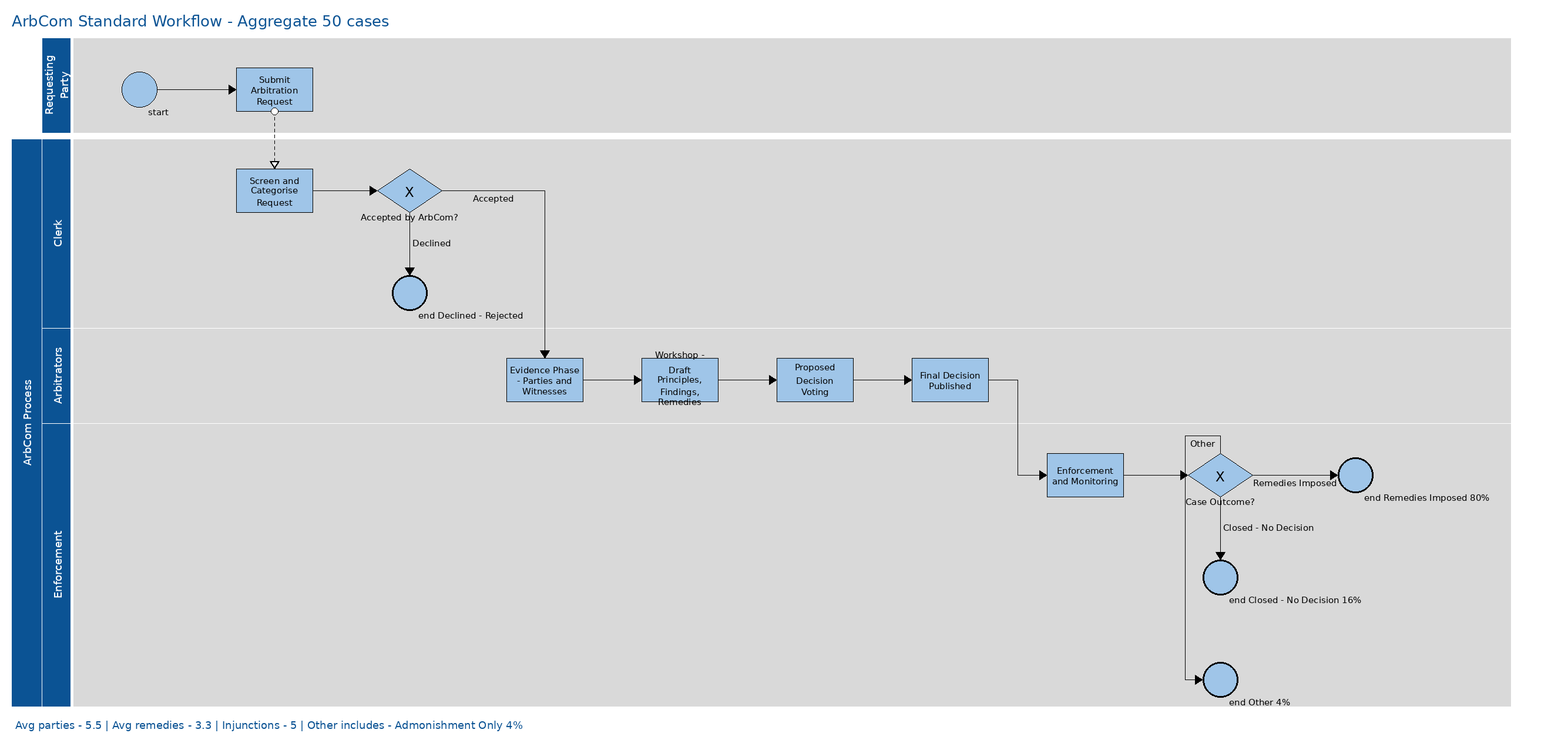
The BPMN diagram artifacts/bpmn/arb/arb_aggregate_workflow.png in rah-ds/Wikipedia_Dispute_Models, before a commit. Its source is kept beside it as artifacts/bpmn/arb/arb_aggregate_workflow.bpmn. Ids are renumbered.
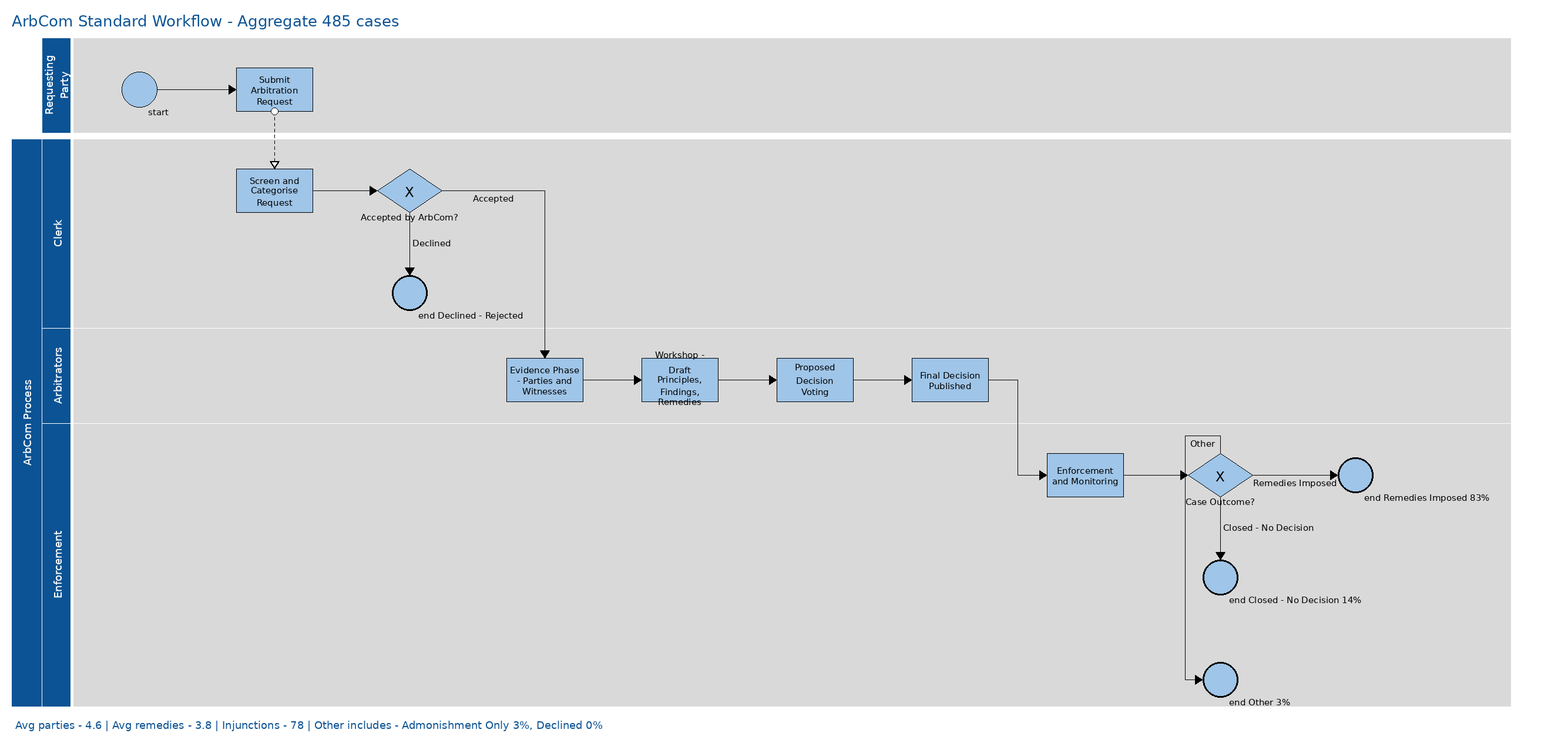
The same diagram one commit later.

What changed in the source:
```diff
@@ -1,143 +1,247 @@
-<definitions xmlns="http://www.omg.org/spec/BPMN/20100524/MODEL"
-             xmlns:xsi="http://www.w3.org/2001/XMLSchema-instance"
-             xmlns:bpmndi="http://www.omg.org/spec/BPMN/20100524/DI"
-             xmlns:dc="http://www.omg.org/spec/DD/20100524/DC"
-             xmlns:di="http://www.omg.org/spec/DD/20100524/DI"
-             targetNamespace="http://bpmn.io/schema/bpmn"
-             id="Definitions_e05051b8">
-  <process id="Process_e61eac90" name="ArbCom Standard Workflow (Aggregate)" isExecutable="false">
-    <startEvent id="StartEvent_b18b07fc" name="Request Filed"/>
-    <userTask id="Task_ab2b8a9f" name="Submit Arbitration
-Request"/>
-    <serviceTask id="Task_f3eb5d7e" name="Screen and
-Categorise"/>
-    <exclusiveGateway id="Gateway_45dc39f3" name="Accepted by
-ArbCom?" gatewayDirection="Diverging"/>
-    <endEvent id="EndEvent_03d8d118" name="Declined / Rejected"/>
-    <userTask id="Task_56383423" name="Evidence Phase"/>
-    <userTask id="Task_66d3549a" name="Workshop
-(Draft Decision)"/>
-    <userTask id="Task_dac732dd" name="Proposed Decision
-Voting"/>
-    <serviceTask id="Task_ae484668" name="Final Decision
-Published"/>
-    <userTask id="Task_e7e36e07" name="Enforcement &amp;
-Monitoring"/>
-    <exclusiveGateway id="Gateway_c474c136" name="Case Outcome?" gatewayDirection="Diverging"/>
-    <endEvent id="EndEvent_668ca650" name="Remedies Imposed (80%)"/>
-    <endEvent id="EndEvent_bdf59025" name="Closed - No Decision (16%)"/>
-    <endEvent id="EndEvent_7ca08d2c" name="Other (4%): Admonishment Only 4%"/>
-    <sequenceFlow id="Flow_139a2828" sourceRef="StartEvent_b18b07fc" targetRef="Task_ab2b8a9f"/>
-    <sequenceFlow id="Flow_e82f9966" sourceRef="Task_ab2b8a9f" targetRef="Task_f3eb5d7e"/>
-    <sequenceFlow id="Flow_b9f64fc1" sourceRef="Task_f3eb5d7e" targetRef="Gateway_45dc39f3"/>
-    <sequenceFlow id="Flow_6f8046b0" sourceRef="Gateway_45dc39f3" targetRef="EndEvent_03d8d118" name="No - Declined"/>
-    <sequenceFlow id="Flow_fc427117" sourceRef="Gateway_45dc39f3" targetRef="Task_56383423" name="Yes - Accepted"/>
-    <sequenceFlow id="Flow_525673b3" sourceRef="Task_56383423" targetRef="Task_66d3549a"/>
-    <sequenceFlow id="Flow_c782cac2" sourceRef="Task_66d3549a" targetRef="Task_dac732dd"/>
-    <sequenceFlow id="Flow_670de4b4" sourceRef="Task_dac732dd" targetRef="Task_ae484668"/>
-    <sequenceFlow id="Flow_4bd062d4" sourceRef="Task_ae484668" targetRef="Task_e7e36e07"/>
-    <sequenceFlow id="Flow_c9216c59" sourceRef="Task_e7e36e07" targetRef="Gateway_c474c136"/>
-    <sequenceFlow id="Flow_0289b033" sourceRef="Gateway_c474c136" targetRef="EndEvent_668ca650" name="Remedies Imposed"/>
-    <sequenceFlow id="Flow_378bb7b8" sourceRef="Gateway_c474c136" targetRef="EndEvent_bdf59025" name="Closed - No Decision"/>
-    <sequenceFlow id="Flow_095acb11" sourceRef="Gateway_c474c136" targetRef="EndEvent_7ca08d2c" name="Other"/>
-  </process>
-  <bpmndi:BPMNDiagram id="BPMNDiagram_1">
-    <bpmndi:BPMNPlane id="BPMNPlane_1" bpmnElement="Process_e61eac90">
-    <bpmndi:BPMNShape id="StartEvent_b18b07fc_di" bpmnElement="StartEvent_b18b07fc">
-      <dc:Bounds x="80" y="200" width="36" height="36"/>
-      <bpmndi:BPMNLabel/>
-    </bpmndi:BPMNShape>
-    <bpmndi:BPMNShape id="Task_ab2b8a9f_di" bpmnElement="Task_ab2b8a9f">
-      <dc:Bounds x="260" y="170" width="120" height="60"/>
-      <bpmndi:BPMNLabel/>
-    </bpmndi:BPMNShape>
-    <bpmndi:BPMNShape id="Task_f3eb5d7e_di" bpmnElement="Task_f3eb5d7e">
-      <dc:Bounds x="440" y="170" width="120" height="60"/>
-      <bpmndi:BPMNLabel/>
-    </bpmndi:BPMNShape>
-    <bpmndi:BPMNShape id="Gateway_45dc39f3_di" bpmnElement="Gateway_45dc39f3">
-      <dc:Bounds x="620" y="175" width="50" height="50"/>
-      <bpmndi:BPMNLabel/>
-    </bpmndi:BPMNShape>
-    <bpmndi:BPMNShape id="EndEvent_03d8d118_di" bpmnElement="EndEvent_03d8d118">
-      <dc:Bounds x="800" y="40" width="36" height="36"/>
-      <bpmndi:BPMNLabel/>
-    </bpmndi:BPMNShape>
-    <bpmndi:BPMNShape id="Task_56383423_di" bpmnElement="Task_56383423">
-      <dc:Bounds x="800" y="170" width="120" height="60"/>
-      <bpmndi:BPMNLabel/>
-    </bpmndi:BPMNShape>
-    <bpmndi:BPMNShape id="Task_66d3549a_di" bpmnElement="Task_66d3549a">
-      <dc:Bounds x="980" y="170" width="120" height="60"/>
-      <bpmndi:BPMNLabel/>
-    </bpmndi:BPMNShape>
-    <bpmndi:BPMNShape id="Task_dac732dd_di" bpmnElement="Task_dac732dd">
-      <dc:Bounds x="1160" y="170" width="120" height="60"/>
-      <bpmndi:BPMNLabel/>
-    </bpmndi:BPMNShape>
-    <bpmndi:BPMNShape id="Task_ae484668_di" bpmnElement="Task_ae484668">
-      <dc:Bounds x="1340" y="170" width="120" height="60"/>
-      <bpmndi:BPMNLabel/>
-    </bpmndi:BPMNShape>
-    <bpmndi:BPMNShape id="Task_e7e36e07_di" bpmnElement="Task_e7e36e07">
-      <dc:Bounds x="1520" y="170" width="120" height="60"/>
-      <bpmndi:BPMNLabel/>
-    </bpmndi:BPMNShape>
-    <bpmndi:BPMNShape id="Gateway_c474c136_di" bpmnElement="Gateway_c474c136">
-      <dc:Bounds x="1700" y="175" width="50" height="50"/>
-      <bpmndi:BPMNLabel/>
-    </bpmndi:BPMNShape>
-    <bpmndi:BPMNShape id="EndEvent_668ca650_di" bpmnElement="EndEvent_668ca650">
-      <dc:Bounds x="1880" y="200" width="36" height="36"/>
-      <bpmndi:BPMNLabel/>
-    </bpmndi:BPMNShape>
-    <bpmndi:BPMNShape id="EndEvent_bdf59025_di" bpmnElement="EndEvent_bdf59025">
-      <dc:Bounds x="1880" y="300" width="36" height="36"/>
-      <bpmndi:BPMNLabel/>
-    </bpmndi:BPMNShape>
-    <bpmndi:BPMNShape id="EndEvent_7ca08d2c_di" bpmnElement="EndEvent_7ca08d2c">
-      <dc:Bounds x="1880" y="400" width="36" height="36"/>
-      <bpmndi:BPMNLabel/>
-    </bpmndi:BPMNShape>
-    <bpmndi:BPMNEdge id="Flow_139a2828_di" bpmnElement="Flow_139a2828">
-      <bpmndi:BPMNLabel/>
-    </bpmndi:BPMNEdge>
-    <bpmndi:BPMNEdge id="Flow_e82f9966_di" bpmnElement="Flow_e82f9966">
-      <bpmndi:BPMNLabel/>
-    </bpmndi:BPMNEdge>
-    <bpmndi:BPMNEdge id="Flow_b9f64fc1_di" bpmnElement="Flow_b9f64fc1">
-      <bpmndi:BPMNLabel/>
-    </bpmndi:BPMNEdge>
-    <bpmndi:BPMNEdge id="Flow_6f8046b0_di" bpmnElement="Flow_6f8046b0">
-      <bpmndi:BPMNLabel/>
-    </bpmndi:BPMNEdge>
-    <bpmndi:BPMNEdge id="Flow_fc427117_di" bpmnElement="Flow_fc427117">
-      <bpmndi:BPMNLabel/>
-    </bpmndi:BPMNEdge>
-    <bpmndi:BPMNEdge id="Flow_525673b3_di" bpmnElement="Flow_525673b3">
-      <bpmndi:BPMNLabel/>
-    </bpmndi:BPMNEdge>
-    <bpmndi:BPMNEdge id="Flow_c782cac2_di" bpmnElement="Flow_c782cac2">
-      <bpmndi:BPMNLabel/>
-    </bpmndi:BPMNEdge>
-    <bpmndi:BPMNEdge id="Flow_670de4b4_di" bpmnElement="Flow_670de4b4">
-      <bpmndi:BPMNLabel/>
-    </bpmndi:BPMNEdge>
-    <bpmndi:BPMNEdge id="Flow_4bd062d4_di" bpmnElement="Flow_4bd062d4">
-      <bpmndi:BPMNLabel/>
-    </bpmndi:BPMNEdge>
-    <bpmndi:BPMNEdge id="Flow_c9216c59_di" bpmnElement="Flow_c9216c59">
-      <bpmndi:BPMNLabel/>
-    </bpmndi:BPMNEdge>
-    <bpmndi:BPMNEdge id="Flow_0289b033_di" bpmnElement="Flow_0289b033">
-      <bpmndi:BPMNLabel/>
-    </bpmndi:BPMNEdge>
-    <bpmndi:BPMNEdge id="Flow_378bb7b8_di" bpmnElement="Flow_378bb7b8">
-      <bpmndi:BPMNLabel/>
-    </bpmndi:BPMNEdge>
-    <bpmndi:BPMNEdge id="Flow_095acb11_di" bpmnElement="Flow_095acb11">
-      <bpmndi:BPMNLabel/>
-    </bpmndi:BPMNEdge>
+<bpmn:definitions xmlns:bpmn="http://www.omg.org/spec/BPMN/20100524/MODEL" xmlns:bpmndi="http://www.omg.org/spec/BPMN/20100524/DI" xmlns:dc="http://www.omg.org/spec/DD/20100524/DC" xmlns:di="http://www.omg.org/spec/DD/20100524/DI" id="Defs_cd75253b" targetNamespace="http://bpmn.io/schema/bpmn" exporter="ARB-BPMN-Generator" exporterVersion="2.0">
+  <bpmn:collaboration id="Collab_085bcb4f">
+    <bpmn:participant id="Participant_f7de4c75" name="ArbCom Standard Workflow (Aggregate)" processRef="Process_50d131b5"/>
+  </bpmn:collaboration>
+  <bpmn:process id="Process_50d131b5" isExecutable="false">
+    <bpmn:laneSet id="LS_f636911c">
+      <bpmn:lane id="Lane_564b676d" name="Requesting Party">
+        <bpmn:flowNodeRef>startE_0f84e310</bpmn:flowNodeRef>
+        <bpmn:flowNodeRef>userTa_0ee03eb3</bpmn:flowNodeRef>
+      </bpmn:lane>
+      <bpmn:lane id="Lane_9dcc1864" name="Clerk">
+        <bpmn:flowNodeRef>task_51b28e9d</bpmn:flowNodeRef>
+        <bpmn:flowNodeRef>exclus_2e8b8144</bpmn:flowNodeRef>
+        <bpmn:flowNodeRef>endEve_1e1e8bee</bpmn:flowNodeRef>
+      </bpmn:lane>
+      <bpmn:lane id="Lane_aec784cb" name="Arbitrators">
+        <bpmn:flowNodeRef>userTa_e1deb2d5</bpmn:flowNodeRef>
+        <bpmn:flowNodeRef>userTa_ac19f872</bpmn:flowNodeRef>
+        <bpmn:flowNodeRef>userTa_3faca8cf</bpmn:flowNodeRef>
+        <bpmn:flowNodeRef>task_3e18e1f7</bpmn:flowNodeRef>
+      </bpmn:lane>
+      <bpmn:lane id="Lane_35832b90" name="Enforcement">
+        <bpmn:flowNodeRef>userTa_fa0b1892</bpmn:flowNodeRef>
+        <bpmn:flowNodeRef>exclus_4d358c9d</bpmn:flowNodeRef>
+        <bpmn:flowNodeRef>endEve_8d8672a3</bpmn:flowNodeRef>
+        <bpmn:flowNodeRef>endEve_b92254e1</bpmn:flowNodeRef>
+        <bpmn:flowNodeRef>endEve_ab16530c</bpmn:flowNodeRef>
+      </bpmn:lane>
+    </bpmn:laneSet>
+    <bpmn:startEvent id="startE_0f84e310" name="Request Filed">
+      <bpmn:outgoing>Flow_fa0ed4db</bpmn:outgoing>
+    </bpmn:startEvent>
+    <bpmn:userTask id="userTa_0ee03eb3" name="Submit Arbitration Request">
+      <bpmn:incoming>Flow_fa0ed4db</bpmn:incoming>
+      <bpmn:outgoing>Flow_aaab310d</bpmn:outgoing>
+    </bpmn:userTask>
+    <bpmn:task id="task_51b28e9d" name="Screen and Categorise">
+      <bpmn:incoming>Flow_aaab310d</bpmn:incoming>
+      <bpmn:outgoing>Flow_16f4564d</bpmn:outgoing>
+    </bpmn:task>
+    <bpmn:exclusiveGateway id="exclus_2e8b8144" name="Accepted by ArbCom?">
+      <bpmn:incoming>Flow_16f4564d</bpmn:incoming>
+      <bpmn:outgoing>Flow_9e7202e2</bpmn:outgoing>
+      <bpmn:outgoing>Flow_5e796a05</bpmn:outgoing>
+    </bpmn:exclusiveGateway>
+    <bpmn:endEvent id="endEve_1e1e8bee" name="Declined / Rejected">
+      <bpmn:incoming>Flow_9e7202e2</bpmn:incoming>
+    </bpmn:endEvent>
+    <bpmn:userTask id="userTa_e1deb2d5" name="Evidence Phase">
+      <bpmn:incoming>Flow_5e796a05</bpmn:incoming>
+      <bpmn:outgoing>Flow_060398ef</bpmn:outgoing>
+    </bpmn:userTask>
+    <bpmn:userTask id="userTa_ac19f872" name="Workshop (Draft Decision)">
+      <bpmn:incoming>Flow_060398ef</bpmn:incoming>
+      <bpmn:outgoing>Flow_5080d375</bpmn:outgoing>
+    </bpmn:userTask>
+    <bpmn:userTask id="userTa_3faca8cf" name="Proposed Decision Voting">
+      <bpmn:incoming>Flow_5080d375</bpmn:incoming>
+      <bpmn:outgoing>Flow_c6e0dff4</bpmn:outgoing>
+    </bpmn:userTask>
+    <bpmn:task id="task_3e18e1f7" name="Final Decision Published">
+      <bpmn:incoming>Flow_c6e0dff4</bpmn:incoming>
+      <bpmn:outgoing>Flow_2cf5d0fa</bpmn:outgoing>
+    </bpmn:task>
+    <bpmn:userTask id="userTa_fa0b1892" name="Enforcement &amp; Monitoring">
+      <bpmn:incoming>Flow_2cf5d0fa</bpmn:incoming>
+      <bpmn:outgoing>Flow_d937d496</bpmn:outgoing>
+    </bpmn:userTask>
+    <bpmn:exclusiveGateway id="exclus_4d358c9d" name="Case Outcome?">
+      <bpmn:incoming>Flow_d937d496</bpmn:incoming>
+      <bpmn:outgoing>Flow_4d782eb4</bpmn:outgoing>
+      <bpmn:outgoing>Flow_4c9f73e9</bpmn:outgoing>
+      <bpmn:outgoing>Flow_6e5b50d2</bpmn:outgoing>
+    </bpmn:exclusiveGateway>
+    <bpmn:endEvent id="endEve_8d8672a3" name="Remedies Imposed (83%)">
+      <bpmn:incoming>Flow_4d782eb4</bpmn:incoming>
+    </bpmn:endEvent>
+    <bpmn:endEvent id="endEve_b92254e1" name="Closed - No Decision (14%)">
+      <bpmn:incoming>Flow_4c9f73e9</bpmn:incoming>
+    </bpmn:endEvent>
+    <bpmn:endEvent id="endEve_ab16530c" name="Other (3%): Admonishment Only 3%, Declined 0%">
+      <bpmn:incoming>Flow_6e5b50d2</bpmn:incoming>
+    </bpmn:endEvent>
+    <bpmn:sequenceFlow id="Flow_fa0ed4db" sourceRef="startE_0f84e310" targetRef="userTa_0ee03eb3"/>
+    <bpmn:sequenceFlow id="Flow_aaab310d" sourceRef="userTa_0ee03eb3" targetRef="task_51b28e9d"/>
+    <bpmn:sequenceFlow id="Flow_16f4564d" sourceRef="task_51b28e9d" targetRef="exclus_2e8b8144"/>
+    <bpmn:sequenceFlow id="Flow_9e7202e2" sourceRef="exclus_2e8b8144" targetRef="endEve_1e1e8bee" name="No - Declined"/>
+    <bpmn:sequenceFlow id="Flow_5e796a05" sourceRef="exclus_2e8b8144" targetRef="userTa_e1deb2d5" name="Yes - Accepted"/>
+    <bpmn:sequenceFlow id="Flow_060398ef" sourceRef="userTa_e1deb2d5" targetRef="userTa_ac19f872"/>
+    <bpmn:sequenceFlow id="Flow_5080d375" sourceRef="userTa_ac19f872" targetRef="userTa_3faca8cf"/>
+    <bpmn:sequenceFlow id="Flow_c6e0dff4" sourceRef="userTa_3faca8cf" targetRef="task_3e18e1f7"/>
+    <bpmn:sequenceFlow id="Flow_2cf5d0fa" sourceRef="task_3e18e1f7" targetRef="userTa_fa0b1892"/>
+    <bpmn:sequenceFlow id="Flow_d937d496" sourceRef="userTa_fa0b1892" targetRef="exclus_4d358c9d"/>
+    <bpmn:sequenceFlow id="Flow_4d782eb4" sourceRef="exclus_4d358c9d" targetRef="endEve_8d8672a3" name="Remedies Imposed"/>
+    <bpmn:sequenceFlow id="Flow_4c9f73e9" sourceRef="exclus_4d358c9d" targetRef="endEve_b92254e1" name="Closed - No Decision"/>
+    <bpmn:sequenceFlow id="Flow_6e5b50d2" sourceRef="exclus_4d358c9d" targetRef="endEve_ab16530c" name="Other"/>
+  </bpmn:process>
+  <bpmndi:BPMNDiagram id="Diag_5cb6230c">
+    <bpmndi:BPMNPlane id="Plane_20ae96d0" bpmnElement="Collab_085bcb4f">
+      <bpmndi:BPMNShape id="Participant_f7de4c75_di" bpmnElement="Participant_f7de4c75" isHorizontal="true">
+        <dc:Bounds x="100" y="80" width="2430" height="640"/>
+      </bpmndi:BPMNShape>
+      <bpmndi:BPMNShape id="Lane_564b676d_di" bpmnElement="Lane_564b676d" isHorizontal="true">
+        <dc:Bounds x="130" y="80" width="2400" height="160"/>
+      </bpmndi:BPMNShape>
+      <bpmndi:BPMNShape id="Lane_9dcc1864_di" bpmnElement="Lane_9dcc1864" isHorizontal="true">
+        <dc:Bounds x="130" y="240" width="2400" height="160"/>
+      </bpmndi:BPMNShape>
+      <bpmndi:BPMNShape id="Lane_aec784cb_di" bpmnElement="Lane_aec784cb" isHorizontal="true">
+        <dc:Bounds x="130" y="400" width="2400" height="160"/>
+      </bpmndi:BPMNShape>
+      <bpmndi:BPMNShape id="Lane_35832b90_di" bpmnElement="Lane_35832b90" isHorizontal="true">
+        <dc:Bounds x="130" y="560" width="2400" height="160"/>
+      </bpmndi:BPMNShape>
+      <bpmndi:BPMNShape id="startE_0f84e310_di" bpmnElement="startE_0f84e310">
+        <dc:Bounds x="210" y="142" width="36" height="36"/>
+        <bpmndi:BPMNLabel>
+          <dc:Bounds x="200" y="182" width="56" height="40"/>
+        </bpmndi:BPMNLabel>
+      </bpmndi:BPMNShape>
+      <bpmndi:BPMNShape id="userTa_0ee03eb3_di" bpmnElement="userTa_0ee03eb3">
+        <dc:Bounds x="370" y="130" width="130" height="60"/>
+      </bpmndi:BPMNShape>
+      <bpmndi:BPMNShape id="task_51b28e9d_di" bpmnElement="task_51b28e9d">
+        <dc:Bounds x="530" y="290" width="130" height="60"/>
+      </bpmndi:BPMNShape>
+      <bpmndi:BPMNShape id="exclus_2e8b8144_di" bpmnElement="exclus_2e8b8144">
+        <dc:Bounds x="690" y="295" width="50" height="50"/>
+        <bpmndi:BPMNLabel>
+          <dc:Bounds x="680" y="349" width="70" height="40"/>
+        </bpmndi:BPMNLabel>
+      </bpmndi:BPMNShape>
+      <bpmndi:BPMNShape id="endEve_1e1e8bee_di" bpmnElement="endEve_1e1e8bee">
+        <dc:Bounds x="850" y="302" width="36" height="36"/>
+        <bpmndi:BPMNLabel>
+          <dc:Bounds x="840" y="342" width="56" height="40"/>
+        </bpmndi:BPMNLabel>
+      </bpmndi:BPMNShape>
+      <bpmndi:BPMNShape id="userTa_e1deb2d5_di" bpmnElement="userTa_e1deb2d5">
+        <dc:Bounds x="1010" y="450" width="130" height="60"/>
+      </bpmndi:BPMNShape>
+      <bpmndi:BPMNShape id="userTa_ac19f872_di" bpmnElement="userTa_ac19f872">
+        <dc:Bounds x="1170" y="450" width="130" height="60"/>
+      </bpmndi:BPMNShape>
+      <bpmndi:BPMNShape id="userTa_3faca8cf_di" bpmnElement="userTa_3faca8cf">
+        <dc:Bounds x="1330" y="450" width="130" height="60"/>
+      </bpmndi:BPMNShape>
+      <bpmndi:BPMNShape id="task_3e18e1f7_di" bpmnElement="task_3e18e1f7">
+        <dc:Bounds x="1490" y="450" width="130" height="60"/>
+      </bpmndi:BPMNShape>
+      <bpmndi:BPMNShape id="userTa_fa0b1892_di" bpmnElement="userTa_fa0b1892">
+        <dc:Bounds x="1650" y="610" width="130" height="60"/>
+      </bpmndi:BPMNShape>
+      <bpmndi:BPMNShape id="exclus_4d358c9d_di" bpmnElement="exclus_4d358c9d">
+        <dc:Bounds x="1810" y="615" width="50" height="50"/>
+        <bpmndi:BPMNLabel>
+          <dc:Bounds x="1800" y="669" width="70" height="40"/>
+        </bpmndi:BPMNLabel>
+      </bpmndi:BPMNShape>
+      <bpmndi:BPMNShape id="endEve_8d8672a3_di" bpmnElement="endEve_8d8672a3">
+        <dc:Bounds x="1970" y="622" width="36" height="36"/>
+        <bpmndi:BPMNLabel>
+          <dc:Bounds x="1960" y="662" width="56" height="40"/>
+        </bpmndi:BPMNLabel>
+      </bpmndi:BPMNShape>
+      <bpmndi:BPMNShape id="endEve_b92254e1_di" bpmnElement="endEve_b92254e1">
+        <dc:Bounds x="2130" y="622" width="36" height="36"/>
+        <bpmndi:BPMNLabel>
+          <dc:Bounds x="2120" y="662" width="56" height="40"/>
+        </bpmndi:BPMNLabel>
+      </bpmndi:BPMNShape>
+      <bpmndi:BPMNShape id="endEve_ab16530c_di" bpmnElement="endEve_ab16530c">
+        <dc:Bounds x="2290" y="622" width="36" height="36"/>
+        <bpmndi:BPMNLabel>
+          <dc:Bounds x="2280" y="662" width="56" height="40"/>
+        </bpmndi:BPMNLabel>
+      </bpmndi:BPMNShape>
+      <bpmndi:BPMNEdge id="Flow_fa0ed4db_di" bpmnElement="Flow_fa0ed4db">
+        <di:waypoint x="246" y="160"/>
+        <di:waypoint x="370" y="160"/>
+      </bpmndi:BPMNEdge>
+      <bpmndi:BPMNEdge id="Flow_aaab310d_di" bpmnElement="Flow_aaab310d">
+        <di:waypoint x="500" y="160"/>
+        <di:waypoint x="530" y="320"/>
+      </bpmndi:BPMNEdge>
+      <bpmndi:BPMNEdge id="Flow_16f4564d_di" bpmnElement="Flow_16f4564d">
+        <di:waypoint x="660" y="320"/>
+        <di:waypoint x="690" y="320"/>
+      </bpmndi:BPMNEdge>
+      <bpmndi:BPMNEdge id="Flow_9e7202e2_di" bpmnElement="Flow_9e7202e2">
+        <bpmndi:BPMNLabel>
+          <dc:Bounds x="771" y="310" width="60" height="20"/>
+        </bpmndi:BPMNLabel>
+        <di:waypoint x="740" y="320"/>
+        <di:waypoint x="850" y="320"/>
+      </bpmndi:BPMNEdge>
+      <bpmndi:BPMNEdge id="Flow_5e796a05_di" bpmnElement="Flow_5e796a05">
+        <bpmndi:BPMNLabel>
+          <dc:Bounds x="875" y="390" width="60" height="20"/>
+        </bpmndi:BPMNLabel>
+        <di:waypoint x="740" y="320"/>
+        <di:waypoint x="1010" y="480"/>
+      </bpmndi:BPMNEdge>
+      <bpmndi:BPMNEdge id="Flow_060398ef_di" bpmnElement="Flow_060398ef">
+        <di:waypoint x="1140" y="480"/>
+        <di:waypoint x="1170" y="480"/>
+      </bpmndi:BPMNEdge>
+      <bpmndi:BPMNEdge id="Flow_5080d375_di" bpmnElement="Flow_5080d375">
+        <di:waypoint x="1300" y="480"/>
+        <di:waypoint x="1330" y="480"/>
+      </bpmndi:BPMNEdge>
+      <bpmndi:BPMNEdge id="Flow_c6e0dff4_di" bpmnElement="Flow_c6e0dff4">
+        <di:waypoint x="1460" y="480"/>
+        <di:waypoint x="1490" y="480"/>
+      </bpmndi:BPMNEdge>
+      <bpmndi:BPMNEdge id="Flow_2cf5d0fa_di" bpmnElement="Flow_2cf5d0fa">
+        <di:waypoint x="1620" y="480"/>
+        <di:waypoint x="1650" y="640"/>
+      </bpmndi:BPMNEdge>
+      <bpmndi:BPMNEdge id="Flow_d937d496_di" bpmnElement="Flow_d937d496">
+        <di:waypoint x="1780" y="640"/>
+        <di:waypoint x="1810" y="640"/>
+      </bpmndi:BPMNEdge>
+      <bpmndi:BPMNEdge id="Flow_4d782eb4_di" bpmnElement="Flow_4d782eb4">
+        <bpmndi:BPMNLabel>
+          <dc:Bounds x="1891" y="630" width="60" height="20"/>
+        </bpmndi:BPMNLabel>
+        <di:waypoint x="1860" y="640"/>
+        <di:waypoint x="1970" y="640"/>
+      </bpmndi:BPMNEdge>
+      <bpmndi:BPMNEdge id="Flow_4c9f73e9_di" bpmnElement="Flow_4c9f73e9">
+        <bpmndi:BPMNLabel>
+          <dc:Bounds x="1971" y="630" width="60" height="20"/>
+        </bpmndi:BPMNLabel>
+        <di:waypoint x="1860" y="640"/>
+        <di:waypoint x="2130" y="640"/>
+      </bpmndi:BPMNEdge>
+      <bpmndi:BPMNEdge id="Flow_6e5b50d2_di" bpmnElement="Flow_6e5b50d2">
+        <bpmndi:BPMNLabel>
+          <dc:Bounds x="2051" y="630" width="60" height="20"/>
+        </bpmndi:BPMNLabel>
+        <di:waypoint x="1860" y="640"/>
+        <di:waypoint x="2290" y="640"/>
+      </bpmndi:BPMNEdge>
     </bpmndi:BPMNPlane>
   </bpmndi:BPMNDiagram>
-</definitions>
+</bpmn:definitions>
```
